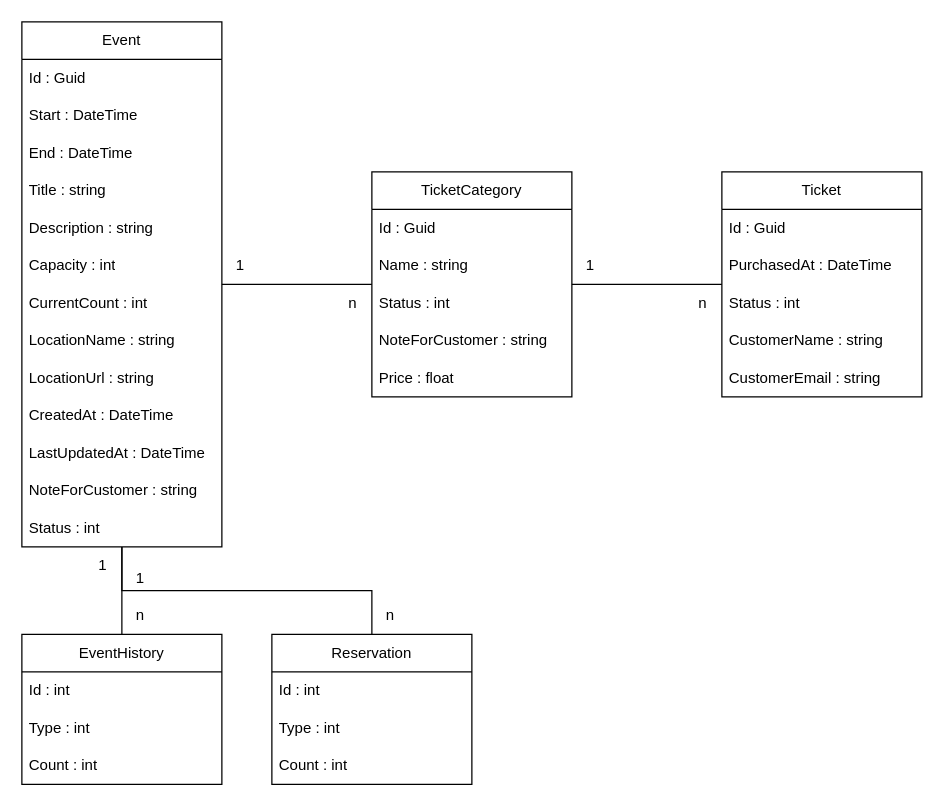
Before: page "DbSchema" (2 of 2) of doc/GatePass.drawio in Ic3Fighter/gatepass, a draw.io diagram. Source tidied: cells renumbered, new cells numbered last; positions are measured from the earlier drawing's top-left corner, leaving out a move shared by most shapes. Both pictures are drawn from the tidied source at 125%, with x=0, y=0 at pixel (21, 21).
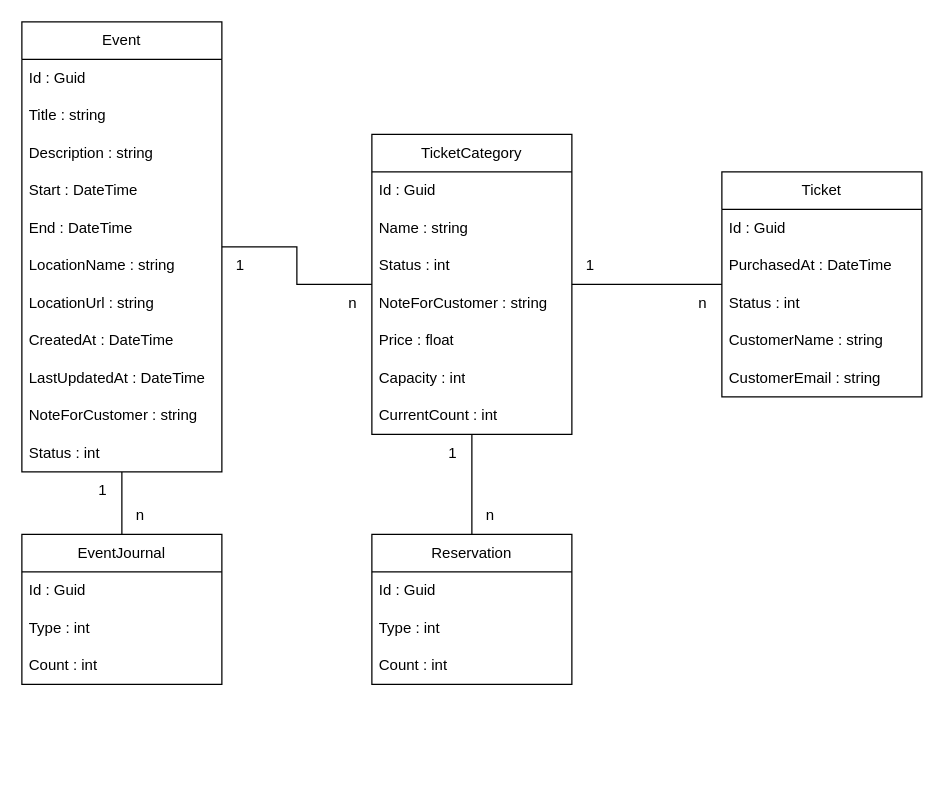
The same diagram, later.

What changed in the source:
```diff
@@
     <mxCell id="2" value="Event" style="swimlane;fontStyle=0;horizontal=1;startSize=30;whiteSpace=wrap;html=1;" parent="1" vertex="1">
-      <mxGeometry width="160" height="420" as="geometry" />
+      <mxGeometry width="160" height="360" as="geometry" />
     </mxCell>
@@
+    <mxCell id="6" value="Title : string" style="text;strokeColor=none;fillColor=none;align=left;verticalAlign=middle;spacingLeft=4;spacingRight=4;overflow=hidden;whiteSpace=wrap;html=1;" parent="2" vertex="1">
+      <mxGeometry y="60" width="160" height="30" as="geometry" />
+    </mxCell>
+    <mxCell id="7" value="Description : string" style="text;strokeColor=none;fillColor=none;align=left;verticalAlign=middle;spacingLeft=4;spacingRight=4;overflow=hidden;whiteSpace=wrap;html=1;" parent="2" vertex="1">
+      <mxGeometry y="90" width="160" height="30" as="geometry" />
+    </mxCell>
     <mxCell id="4" value="Start : DateTime" style="text;strokeColor=none;fillColor=none;align=left;verticalAlign=middle;spacingLeft=4;spacingRight=4;overflow=hidden;whiteSpace=wrap;html=1;" parent="2" vertex="1">
-      <mxGeometry y="60" width="160" height="30" as="geometry" />
+      <mxGeometry y="120" width="160" height="30" as="geometry" />
     </mxCell>
     <mxCell id="5" value="End : DateTime" style="text;strokeColor=none;fillColor=none;align=left;verticalAlign=middle;spacingLeft=4;spacingRight=4;overflow=hidden;whiteSpace=wrap;html=1;" parent="2" vertex="1">
-      <mxGeometry y="90" width="160" height="30" as="geometry" />
+      <mxGeometry y="150" width="160" height="30" as="geometry" />
     </mxCell>
-    <mxCell id="6" value="Title : string" style="text;strokeColor=none;fillColor=none;align=left;verticalAlign=middle;spacingLeft=4;spacingRight=4;overflow=hidden;whiteSpace=wrap;html=1;" parent="2" vertex="1">
-      <mxGeometry y="120" width="160" height="30" as="geometry" />
-    </mxCell>
-    <mxCell id="7" value="Description : string" style="text;strokeColor=none;fillColor=none;align=left;verticalAlign=middle;spacingLeft=4;spacingRight=4;overflow=hidden;whiteSpace=wrap;html=1;" parent="2" vertex="1">
-      <mxGeometry y="150" width="160" height="30" as="geometry" />
-    </mxCell>
-    <mxCell id="8" value="Capacity : int" style="text;strokeColor=none;fillColor=none;align=left;verticalAlign=middle;spacingLeft=4;spacingRight=4;overflow=hidden;whiteSpace=wrap;html=1;" parent="2" vertex="1">
-      <mxGeometry y="180" width="160" height="30" as="geometry" />
-    </mxCell>
-    <mxCell id="9" value="CurrentCount : int" style="text;strokeColor=none;fillColor=none;align=left;verticalAlign=middle;spacingLeft=4;spacingRight=4;overflow=hidden;whiteSpace=wrap;html=1;" parent="2" vertex="1">
-      <mxGeometry y="210" width="160" height="30" as="geometry" />
-    </mxCell>
     <mxCell id="10" value="LocationName : string" style="text;strokeColor=none;fillColor=none;align=left;verticalAlign=middle;spacingLeft=4;spacingRight=4;overflow=hidden;whiteSpace=wrap;html=1;" parent="2" vertex="1">
-      <mxGeometry y="240" width="160" height="30" as="geometry" />
+      <mxGeometry y="180" width="160" height="30" as="geometry" />
     </mxCell>
     <mxCell id="11" value="LocationUrl : string" style="text;strokeColor=none;fillColor=none;align=left;verticalAlign=middle;spacingLeft=4;spacingRight=4;overflow=hidden;whiteSpace=wrap;html=1;" parent="2" vertex="1">
-      <mxGeometry y="270" width="160" height="30" as="geometry" />
+      <mxGeometry y="210" width="160" height="30" as="geometry" />
     </mxCell>
     <mxCell id="12" value="CreatedAt : DateTime" style="text;strokeColor=none;fillColor=none;align=left;verticalAlign=middle;spacingLeft=4;spacingRight=4;overflow=hidden;whiteSpace=wrap;html=1;" parent="2" vertex="1">
-      <mxGeometry y="300" width="160" height="30" as="geometry" />
+      <mxGeometry y="240" width="160" height="30" as="geometry" />
     </mxCell>
     <mxCell id="13" value="LastUpdatedAt : DateTime" style="text;strokeColor=none;fillColor=none;align=left;verticalAlign=middle;spacingLeft=4;spacingRight=4;overflow=hidden;whiteSpace=wrap;html=1;" parent="2" vertex="1">
-      <mxGeometry y="330" width="160" height="30" as="geometry" />
+      <mxGeometry y="270" width="160" height="30" as="geometry" />
     </mxCell>
     <mxCell id="14" value="NoteForCustomer : string" style="text;strokeColor=none;fillColor=none;align=left;verticalAlign=middle;spacingLeft=4;spacingRight=4;overflow=hidden;whiteSpace=wrap;html=1;" parent="2" vertex="1">
-      <mxGeometry y="360" width="160" height="30" as="geometry" />
+      <mxGeometry y="300" width="160" height="30" as="geometry" />
     </mxCell>
     <mxCell id="15" value="Status : int" style="text;strokeColor=none;fillColor=none;align=left;verticalAlign=middle;spacingLeft=4;spacingRight=4;overflow=hidden;whiteSpace=wrap;html=1;" parent="2" vertex="1">
-      <mxGeometry y="390" width="160" height="30" as="geometry" />
+      <mxGeometry y="330" width="160" height="30" as="geometry" />
     </mxCell>
     <mxCell id="16" value="Reservation" style="swimlane;fontStyle=0;horizontal=1;startSize=30;whiteSpace=wrap;html=1;" parent="1" vertex="1">
-      <mxGeometry x="200" y="490" width="160" height="120" as="geometry" />
+      <mxGeometry x="280" y="410" width="160" height="120" as="geometry" />
     </mxCell>
-    <mxCell id="17" value="Id : int" style="text;strokeColor=none;fillColor=none;align=left;verticalAlign=middle;spacingLeft=4;spacingRight=4;overflow=hidden;whiteSpace=wrap;html=1;" parent="16" vertex="1">
+    <mxCell id="17" value="Id : Guid" style="text;strokeColor=none;fillColor=none;align=left;verticalAlign=middle;spacingLeft=4;spacingRight=4;overflow=hidden;whiteSpace=wrap;html=1;" parent="16" vertex="1">
       <mxGeometry y="30" width="160" height="30" as="geometry" />
     </mxCell>
@@
-    <mxCell id="20" value="EventHistory" style="swimlane;fontStyle=0;horizontal=1;startSize=30;whiteSpace=wrap;html=1;" parent="1" vertex="1">
-      <mxGeometry y="490" width="160" height="120" as="geometry" />
+    <mxCell id="20" value="EventJournal" style="swimlane;fontStyle=0;horizontal=1;startSize=30;whiteSpace=wrap;html=1;" parent="1" vertex="1">
+      <mxGeometry y="410" width="160" height="120" as="geometry" />
     </mxCell>
-    <mxCell id="21" value="Id : int" style="text;strokeColor=none;fillColor=none;align=left;verticalAlign=middle;spacingLeft=4;spacingRight=4;overflow=hidden;whiteSpace=wrap;html=1;" parent="20" vertex="1">
+    <mxCell id="21" value="Id : Guid" style="text;strokeColor=none;fillColor=none;align=left;verticalAlign=middle;spacingLeft=4;spacingRight=4;overflow=hidden;whiteSpace=wrap;html=1;" parent="20" vertex="1">
       <mxGeometry y="30" width="160" height="30" as="geometry" />
     </mxCell>
@@
     <mxCell id="30" value="TicketCategory" style="swimlane;fontStyle=0;horizontal=1;startSize=30;whiteSpace=wrap;html=1;" parent="1" vertex="1">
-      <mxGeometry x="280" y="120" width="160" height="180" as="geometry" />
+      <mxGeometry x="280" y="90" width="160" height="240" as="geometry" />
     </mxCell>
@@
+    <mxCell id="8" value="Capacity : int" style="text;strokeColor=none;fillColor=none;align=left;verticalAlign=middle;spacingLeft=4;spacingRight=4;overflow=hidden;whiteSpace=wrap;html=1;" parent="30" vertex="1">
+      <mxGeometry y="180" width="160" height="30" as="geometry" />
+    </mxCell>
+    <mxCell id="9" value="CurrentCount : int" style="text;strokeColor=none;fillColor=none;align=left;verticalAlign=middle;spacingLeft=4;spacingRight=4;overflow=hidden;whiteSpace=wrap;html=1;" parent="30" vertex="1">
+      <mxGeometry y="210" width="160" height="30" as="geometry" />
+    </mxCell>
@@
     <mxCell id="43" value="1" style="text;html=1;align=center;verticalAlign=middle;whiteSpace=wrap;rounded=0;" parent="1" vertex="1">
-      <mxGeometry x="60" y="430" width="10" height="10" as="geometry" />
+      <mxGeometry x="60" y="370" width="10" height="10" as="geometry" />
     </mxCell>
     <mxCell id="44" value="n" style="text;html=1;align=center;verticalAlign=middle;whiteSpace=wrap;rounded=0;" parent="1" vertex="1">
-      <mxGeometry x="90" y="470" width="10" height="10" as="geometry" />
+      <mxGeometry x="90" y="390" width="10" height="10" as="geometry" />
     </mxCell>
-    <mxCell id="45" style="endArrow=none;html=1;rounded=0;edgeStyle=elbowEdgeStyle;elbow=vertical;" parent="1" edge="1" source="2" target="16">
+    <mxCell id="45" style="endArrow=none;html=1;rounded=0;edgeStyle=elbowEdgeStyle;elbow=vertical;" parent="1" edge="1" source="30" target="16">
       <mxGeometry x="0.83" relative="1" as="geometry" />
     </mxCell>
     <mxCell id="46" value="n" style="text;html=1;align=center;verticalAlign=middle;whiteSpace=wrap;rounded=0;" parent="1" vertex="1">
-      <mxGeometry x="290" y="470" width="10" height="10" as="geometry" />
+      <mxGeometry x="370" y="390" width="10" height="10" as="geometry" />
     </mxCell>
     <mxCell id="47" value="1" style="text;html=1;align=center;verticalAlign=middle;whiteSpace=wrap;rounded=0;" parent="1" vertex="1">
-      <mxGeometry x="90" y="440" width="10" height="10" as="geometry" />
+      <mxGeometry x="340" y="340" width="10" height="10" as="geometry" />
     </mxCell>
```
